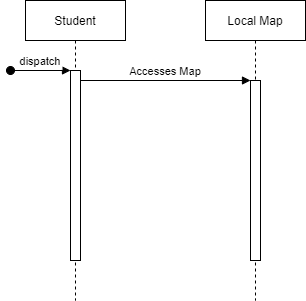
Before: Deliverables/Week_3/Use_Case/Student/Sequence Diagrams/Map.png, a diagram exported from draw.io (Hanandrof/Group-3-Repository). Source tidied: cells renumbered, new cells last; positions are measured from the earlier drawing's top-left corner, leaving out a move shared by most shapes.
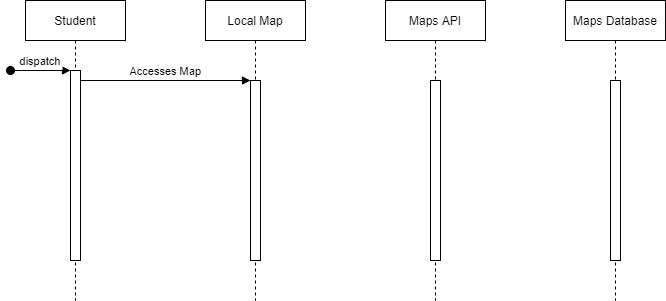
The same file after the commit.

Diff of the diagram source:
```diff
@@ -22,5 +22,17 @@
     <mxCell id="7" value="Accesses Map" style="verticalAlign=bottom;endArrow=block;entryX=0;entryY=0;shadow=0;strokeWidth=1;" parent="1" edge="1" source="3" target="6">
       <mxGeometry relative="1" as="geometry" />
     </mxCell>
+    <mxCell id="8" value="Maps API" style="shape=umlLifeline;perimeter=lifelinePerimeter;rounded=0;shadow=0;strokeWidth=1;" parent="1" vertex="1">
+      <mxGeometry x="375" width="100" height="300" as="geometry" />
+    </mxCell>
+    <mxCell id="9" style="perimeter=orthogonalPerimeter;rounded=0;shadow=0;strokeWidth=1;" parent="8" vertex="1">
+      <mxGeometry x="45" y="80" width="10" height="180" as="geometry" />
+    </mxCell>
+    <mxCell id="10" value="Maps Database" style="shape=umlLifeline;perimeter=lifelinePerimeter;rounded=0;shadow=0;strokeWidth=1;" parent="1" vertex="1">
+      <mxGeometry x="555" width="100" height="300" as="geometry" />
+    </mxCell>
+    <mxCell id="11" style="perimeter=orthogonalPerimeter;rounded=0;shadow=0;strokeWidth=1;" parent="10" vertex="1">
+      <mxGeometry x="45" y="80" width="10" height="180" as="geometry" />
+    </mxCell>
   </root>
 </mxGraphModel>
```
